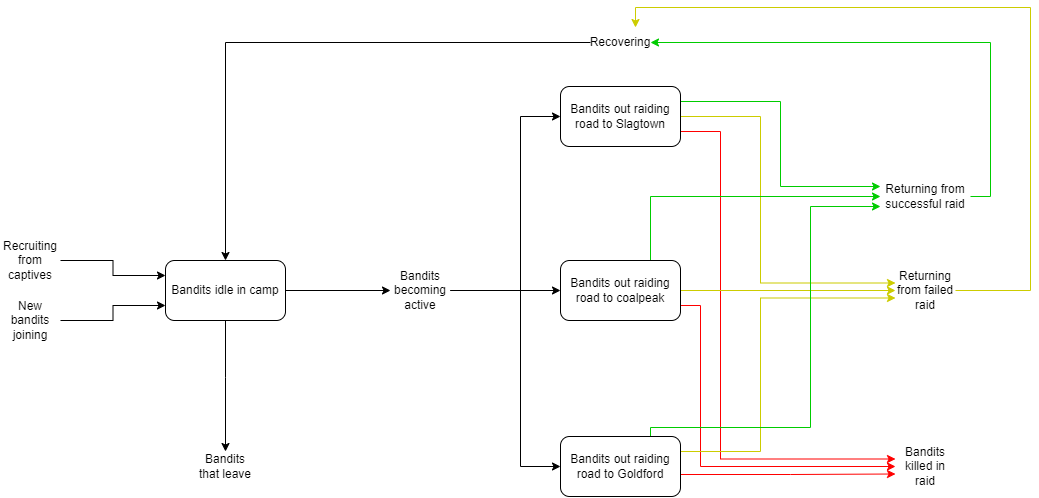
The draw.io diagram Flowchart/BanditFlow.drawio.png in FunkMarvel/Comp-4-SST, before a commit. Source tidied: cells renumbered, new cells last; positions are measured from the earlier drawing's top-left corner, leaving out a move shared by most shapes.
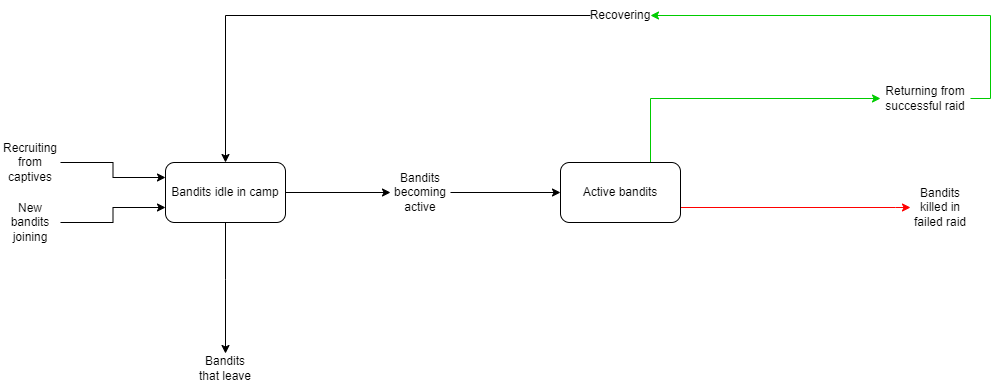
The same file after the commit.

Commit message:
Updated bandit flow

What changed in the source:
```diff
@@ -16,73 +16,19 @@
     <mxCell id="4" value="Bandits idle in camp" style="rounded=1;whiteSpace=wrap;html=1;" parent="1" vertex="1">
       <mxGeometry x="165" y="253" width="120" height="60" as="geometry" />
     </mxCell>
-    <mxCell id="5" style="edgeStyle=orthogonalEdgeStyle;rounded=0;jettySize=auto;html=1;exitX=1;exitY=0.75;exitDx=0;exitDy=0;entryX=0;entryY=0.25;entryDx=0;entryDy=0;strokeColor=#FF0000;" parent="1" edge="1" source="8" target="21">
-      <mxGeometry relative="1" as="geometry">
-        <Array as="points">
-          <mxPoint x="720" y="124" />
-          <mxPoint x="720" y="452" />
-        </Array>
-      </mxGeometry>
-    </mxCell>
-    <mxCell id="6" style="edgeStyle=orthogonalEdgeStyle;rounded=0;jettySize=auto;html=1;exitX=1;exitY=0.5;exitDx=0;exitDy=0;entryX=0;entryY=0.25;entryDx=0;entryDy=0;strokeColor=#CCCC00;" parent="1" edge="1" source="8" target="24">
-      <mxGeometry relative="1" as="geometry">
-        <Array as="points">
-          <mxPoint x="760" y="109" />
-          <mxPoint x="760" y="276" />
-        </Array>
-      </mxGeometry>
-    </mxCell>
-    <mxCell id="7" style="edgeStyle=orthogonalEdgeStyle;rounded=0;jettySize=auto;html=1;exitX=1;exitY=0.25;exitDx=0;exitDy=0;entryX=0;entryY=0.25;entryDx=0;entryDy=0;strokeColor=#00CC00;" parent="1" edge="1" source="8" target="28">
-      <mxGeometry relative="1" as="geometry" />
-    </mxCell>
-    <mxCell id="8" value="Bandits out raiding road to Slagtown" style="rounded=1;whiteSpace=wrap;html=1;" parent="1" vertex="1">
-      <mxGeometry x="560" y="79" width="120" height="60" as="geometry" />
-    </mxCell>
     <mxCell id="9" style="edgeStyle=orthogonalEdgeStyle;rounded=0;jettySize=auto;html=1;exitX=1;exitY=0.75;exitDx=0;exitDy=0;entryX=0;entryY=0.5;entryDx=0;entryDy=0;strokeColor=#FF0000;" parent="1" edge="1" source="12" target="21">
       <mxGeometry relative="1" as="geometry">
         <Array as="points">
-          <mxPoint x="700" y="298" />
-          <mxPoint x="700" y="459" />
+          <mxPoint x="895" y="298" />
         </Array>
       </mxGeometry>
     </mxCell>
-    <mxCell id="10" style="edgeStyle=orthogonalEdgeStyle;rounded=0;jettySize=auto;html=1;exitX=1;exitY=0.5;exitDx=0;exitDy=0;entryX=0;entryY=0.5;entryDx=0;entryDy=0;fillColor=#ffe6cc;strokeColor=#CCCC00;" parent="1" edge="1" source="12" target="24">
-      <mxGeometry relative="1" as="geometry" />
-    </mxCell>
     <mxCell id="11" style="edgeStyle=orthogonalEdgeStyle;rounded=0;jettySize=auto;html=1;exitX=0.75;exitY=0;exitDx=0;exitDy=0;entryX=0;entryY=0.5;entryDx=0;entryDy=0;strokeColor=#00CC00;" parent="1" edge="1" source="12" target="28">
       <mxGeometry relative="1" as="geometry" />
     </mxCell>
-    <mxCell id="12" value="Bandits out raiding road to coalpeak" style="rounded=1;whiteSpace=wrap;html=1;" parent="1" vertex="1">
+    <mxCell id="12" value="Active bandits" style="rounded=1;whiteSpace=wrap;html=1;" parent="1" vertex="1">
       <mxGeometry x="560" y="253" width="120" height="60" as="geometry" />
     </mxCell>
-    <mxCell id="13" style="edgeStyle=orthogonalEdgeStyle;rounded=0;jettySize=auto;html=1;exitX=1;exitY=0.75;exitDx=0;exitDy=0;entryX=0;entryY=0.75;entryDx=0;entryDy=0;strokeColor=#FF0000;" parent="1" edge="1" source="16" target="21">
-      <mxGeometry relative="1" as="geometry">
-        <Array as="points">
-          <mxPoint x="680" y="467" />
-          <mxPoint x="790" y="467" />
-        </Array>
-      </mxGeometry>
-    </mxCell>
-    <mxCell id="14" style="edgeStyle=orthogonalEdgeStyle;rounded=0;jettySize=auto;html=1;exitX=1;exitY=0.25;exitDx=0;exitDy=0;entryX=0;entryY=0.75;entryDx=0;entryDy=0;strokeColor=#CCCC00;" parent="1" edge="1" source="16" target="24">
-      <mxGeometry relative="1" as="geometry">
-        <Array as="points">
-          <mxPoint x="760" y="444" />
-          <mxPoint x="760" y="291" />
-        </Array>
-      </mxGeometry>
-    </mxCell>
-    <mxCell id="15" style="edgeStyle=orthogonalEdgeStyle;rounded=0;jettySize=auto;html=1;exitX=0.75;exitY=0;exitDx=0;exitDy=0;entryX=0;entryY=0.75;entryDx=0;entryDy=0;strokeColor=#00CC00;" parent="1" edge="1" source="16" target="28">
-      <mxGeometry relative="1" as="geometry">
-        <Array as="points">
-          <mxPoint x="650" y="420" />
-          <mxPoint x="810" y="420" />
-          <mxPoint x="810" y="199" />
-        </Array>
-      </mxGeometry>
-    </mxCell>
-    <mxCell id="16" value="Bandits out raiding road to Goldford" style="rounded=1;whiteSpace=wrap;html=1;" parent="1" vertex="1">
-      <mxGeometry x="560" y="429" width="120" height="60" as="geometry" />
-    </mxCell>
     <mxCell id="17" style="edgeStyle=orthogonalEdgeStyle;rounded=0;jettySize=auto;html=1;entryX=0;entryY=0.75;entryDx=0;entryDy=0;strokeColor=#000000;" parent="1" edge="1" source="18" target="4">
       <mxGeometry relative="1" as="geometry" />
     </mxCell>
@@ -95,39 +41,27 @@
     <mxCell id="20" value="Recruiting from captives" style="text;html=1;strokeColor=none;fillColor=none;align=center;verticalAlign=middle;whiteSpace=wrap;rounded=0;" parent="1" vertex="1">
       <mxGeometry y="238" width="60" height="30" as="geometry" />
     </mxCell>
-    <mxCell id="21" value="Bandits killed in raid" style="text;html=1;strokeColor=none;fillColor=none;align=center;verticalAlign=middle;whiteSpace=wrap;rounded=0;" parent="1" vertex="1">
-      <mxGeometry x="895" y="444" width="60" height="30" as="geometry" />
+    <mxCell id="21" value="Bandits killed in failed raid" style="text;html=1;strokeColor=none;fillColor=none;align=center;verticalAlign=middle;whiteSpace=wrap;rounded=0;" parent="1" vertex="1">
+      <mxGeometry x="910" y="283" width="60" height="30" as="geometry" />
     </mxCell>
     <mxCell id="22" value="Bandits that leave" style="text;html=1;strokeColor=none;fillColor=none;align=center;verticalAlign=middle;whiteSpace=wrap;rounded=0;" parent="1" vertex="1">
       <mxGeometry x="195" y="444" width="60" height="30" as="geometry" />
     </mxCell>
-    <mxCell id="23" style="edgeStyle=orthogonalEdgeStyle;rounded=0;jettySize=auto;html=1;entryX=0.75;entryY=0;entryDx=0;entryDy=0;strokeColor=#CCCC00;" parent="1" edge="1" source="24" target="26">
-      <mxGeometry relative="1" as="geometry">
-        <Array as="points">
-          <mxPoint x="1030" y="283" />
-          <mxPoint x="1030" />
-          <mxPoint x="635" />
-        </Array>
-      </mxGeometry>
-    </mxCell>
-    <mxCell id="24" value="Returning from failed raid" style="text;html=1;strokeColor=none;fillColor=none;align=center;verticalAlign=middle;whiteSpace=wrap;rounded=0;" parent="1" vertex="1">
-      <mxGeometry x="895" y="268" width="60" height="30" as="geometry" />
-    </mxCell>
     <mxCell id="25" style="edgeStyle=orthogonalEdgeStyle;rounded=0;jettySize=auto;html=1;entryX=0.5;entryY=0;entryDx=0;entryDy=0;" parent="1" edge="1" source="26" target="4">
       <mxGeometry relative="1" as="geometry">
         <Array as="points">
-          <mxPoint x="225" y="35" />
+          <mxPoint x="225" y="106" />
         </Array>
       </mxGeometry>
     </mxCell>
     <mxCell id="26" value="Recovering" style="text;html=1;strokeColor=none;fillColor=none;align=center;verticalAlign=middle;whiteSpace=wrap;rounded=0;" parent="1" vertex="1">
-      <mxGeometry x="590" y="20" width="60" height="30" as="geometry" />
+      <mxGeometry x="590" y="91" width="60" height="30" as="geometry" />
     </mxCell>
     <mxCell id="27" style="edgeStyle=orthogonalEdgeStyle;rounded=0;jettySize=auto;html=1;entryX=1;entryY=0.5;entryDx=0;entryDy=0;strokeColor=#00CC00;" parent="1" edge="1" source="28" target="26">
       <mxGeometry relative="1" as="geometry">
         <Array as="points">
           <mxPoint x="990" y="189" />
-          <mxPoint x="990" y="35" />
+          <mxPoint x="990" y="106" />
         </Array>
       </mxGeometry>
     </mxCell>
@@ -137,22 +71,6 @@
     <mxCell id="29" style="edgeStyle=orthogonalEdgeStyle;rounded=0;jettySize=auto;html=1;entryX=0;entryY=0.5;entryDx=0;entryDy=0;" parent="1" edge="1" source="32" target="12">
       <mxGeometry relative="1" as="geometry" />
     </mxCell>
-    <mxCell id="30" style="edgeStyle=orthogonalEdgeStyle;rounded=0;jettySize=auto;html=1;entryX=0;entryY=0.5;entryDx=0;entryDy=0;" parent="1" edge="1" source="32" target="8">
-      <mxGeometry relative="1" as="geometry">
-        <Array as="points">
-          <mxPoint x="520" y="283" />
-          <mxPoint x="520" y="109" />
-        </Array>
-      </mxGeometry>
-    </mxCell>
-    <mxCell id="31" style="edgeStyle=orthogonalEdgeStyle;rounded=0;jettySize=auto;html=1;entryX=0;entryY=0.5;entryDx=0;entryDy=0;" parent="1" edge="1" source="32" target="16">
-      <mxGeometry relative="1" as="geometry">
-        <Array as="points">
-          <mxPoint x="520" y="283" />
-          <mxPoint x="520" y="459" />
-        </Array>
-      </mxGeometry>
-    </mxCell>
     <mxCell id="32" value="Bandits becoming active" style="text;html=1;strokeColor=none;fillColor=none;align=center;verticalAlign=middle;whiteSpace=wrap;rounded=0;" parent="1" vertex="1">
       <mxGeometry x="390" y="268" width="60" height="30" as="geometry" />
     </mxCell>
```
